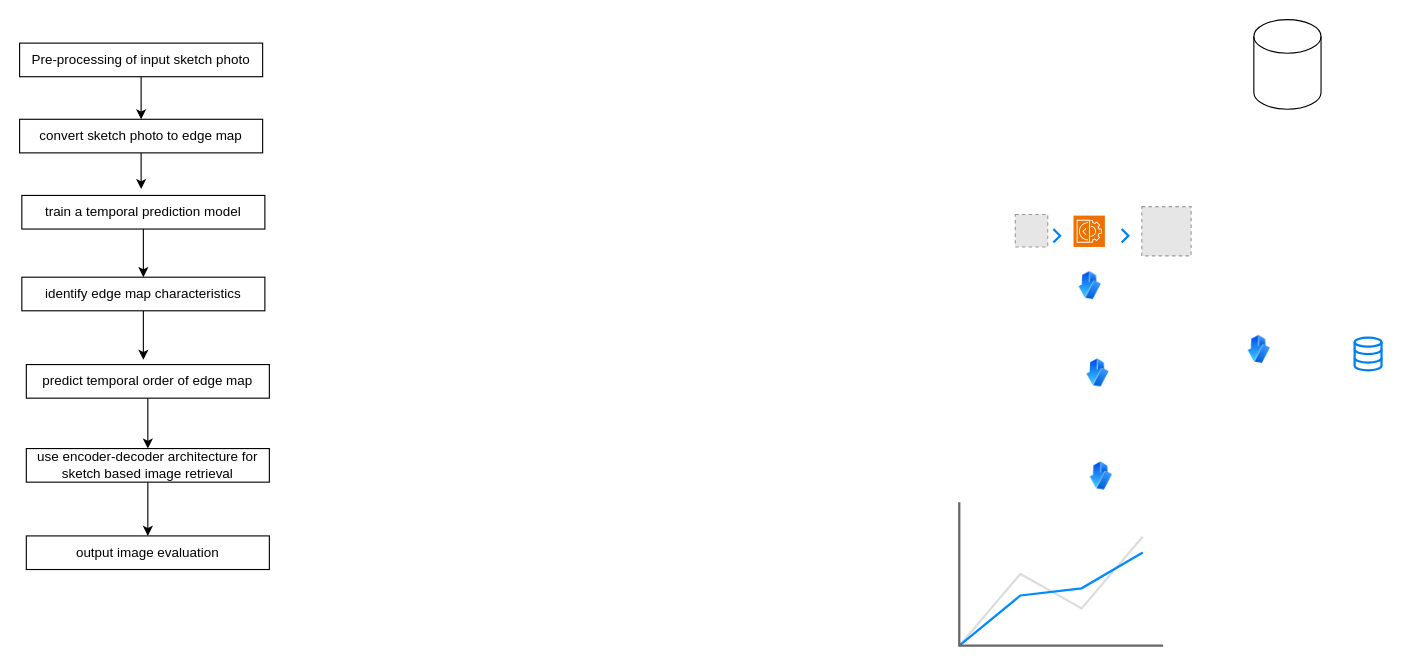
The draw.io diagram sbirflowdiagramsynopsis.drawio in filzahamjad/DataminingSynopsis_Figures, before the edit. Source tidied: cells renumbered, new cells numbered last; positions are measured from the earlier drawing's top-left corner, leaving out a move shared by most shapes. Both pictures are drawn from the tidied source at 112%, with x=0, y=0 at pixel (19, 19). Pictures stored in the file or linked from it are replaced by grey dashed boxes.
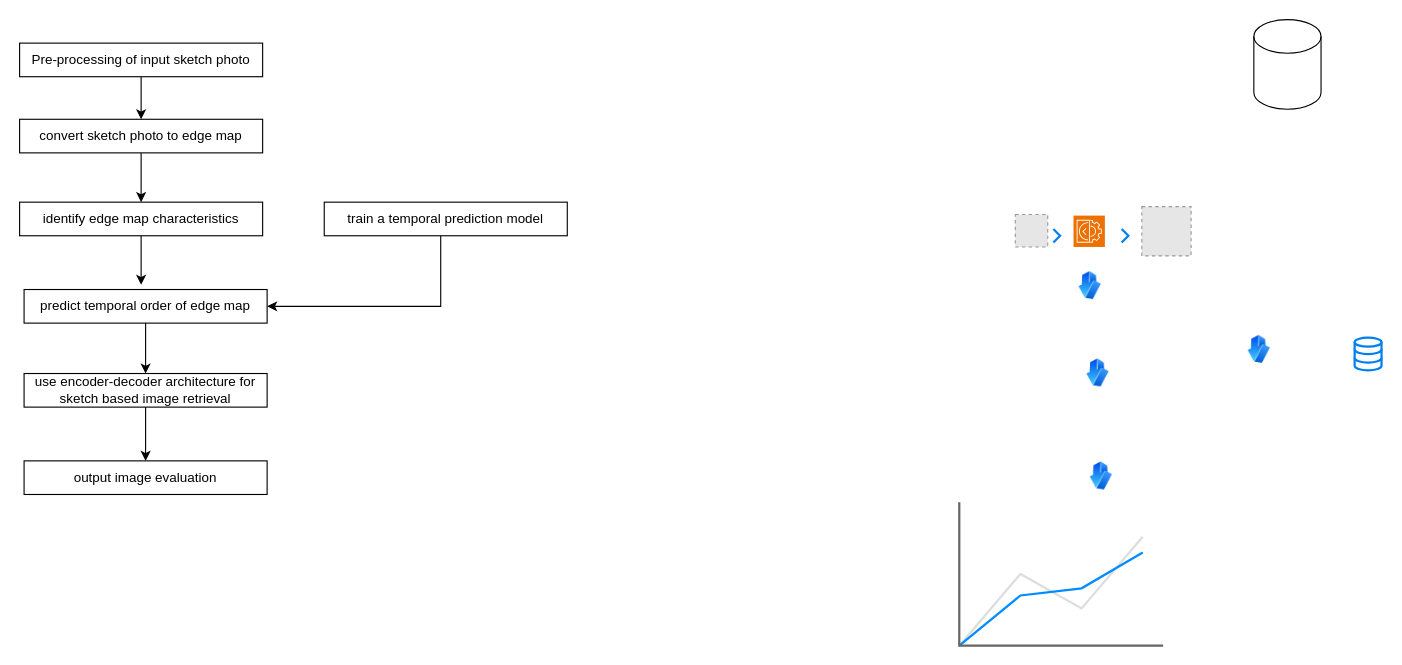
After the change.

Unchanged cells that the change refers to:
```xml
<mxCell id="5" value="convert sketch photo to edge map" style="rounded=0;whiteSpace=wrap;html=1;" parent="1" vertex="1">
  <mxGeometry y="89" width="217" height="30" as="geometry" />
</mxCell>
```

The edit, as a diff of the source:
```diff
@@
-    <mxCell id="4" style="edgeStyle=orthogonalEdgeStyle;rounded=0;jettySize=auto;html=1;entryX=0.491;entryY=-0.189;entryDx=0;entryDy=0;entryPerimeter=0;" parent="1" edge="1" source="5" target="7">
-      <mxGeometry relative="1" as="geometry" />
-    </mxCell>
+    <mxCell id="27" style="edgeStyle=orthogonalEdgeStyle;rounded=0;jettySize=auto;html=1;" parent="1" edge="1" source="5" target="14">
+      <mxGeometry relative="1" as="geometry" />
+    </mxCell>
@@
-    <mxCell id="6" style="edgeStyle=orthogonalEdgeStyle;rounded=0;jettySize=auto;html=1;entryX=0.5;entryY=0;entryDx=0;entryDy=0;" parent="1" edge="1" source="7" target="14">
-      <mxGeometry relative="1" as="geometry" />
-    </mxCell>
+    <mxCell id="28" style="edgeStyle=orthogonalEdgeStyle;rounded=0;jettySize=auto;html=1;entryX=1;entryY=0.5;entryDx=0;entryDy=0;" parent="1" edge="1" source="7" target="9">
+      <mxGeometry relative="1" as="geometry">
+        <Array as="points">
+          <mxPoint x="376" y="256" />
+        </Array>
+      </mxGeometry>
+    </mxCell>
     <mxCell id="7" value="train a temporal prediction model" style="rounded=0;whiteSpace=wrap;html=1;" parent="1" vertex="1">
-      <mxGeometry x="2" y="157" width="217" height="30" as="geometry" />
+      <mxGeometry x="272" y="163" width="217" height="30" as="geometry" />
     </mxCell>
@@
     <mxCell id="9" value="predict temporal order of edge map" style="rounded=0;whiteSpace=wrap;html=1;" parent="1" vertex="1">
-      <mxGeometry x="6" y="308" width="217" height="30" as="geometry" />
+      <mxGeometry x="4" y="241" width="217" height="30" as="geometry" />
     </mxCell>
@@
     <mxCell id="11" value="use encoder-decoder architecture for sketch based image retrieval" style="rounded=0;whiteSpace=wrap;html=1;" parent="1" vertex="1">
-      <mxGeometry x="6" y="383" width="217" height="30" as="geometry" />
+      <mxGeometry x="4" y="316" width="217" height="30" as="geometry" />
     </mxCell>
     <mxCell id="12" value="output image evaluation" style="rounded=0;whiteSpace=wrap;html=1;" parent="1" vertex="1">
-      <mxGeometry x="6" y="461" width="217" height="30" as="geometry" />
+      <mxGeometry x="4" y="394" width="217" height="30" as="geometry" />
     </mxCell>
     <mxCell id="13" style="edgeStyle=orthogonalEdgeStyle;rounded=0;jettySize=auto;html=1;" parent="1" edge="1" source="14">
       <mxGeometry relative="1" as="geometry">
-        <mxPoint x="110.5" y="303.8" as="targetPoint" />
+        <mxPoint x="108.5" y="236.8" as="targetPoint" />
       </mxGeometry>
     </mxCell>
     <mxCell id="14" value="identify edge map characteristics" style="rounded=0;whiteSpace=wrap;html=1;" parent="1" vertex="1">
-      <mxGeometry x="2" y="230" width="217" height="30" as="geometry" />
+      <mxGeometry y="163" width="217" height="30" as="geometry" />
     </mxCell>
```
